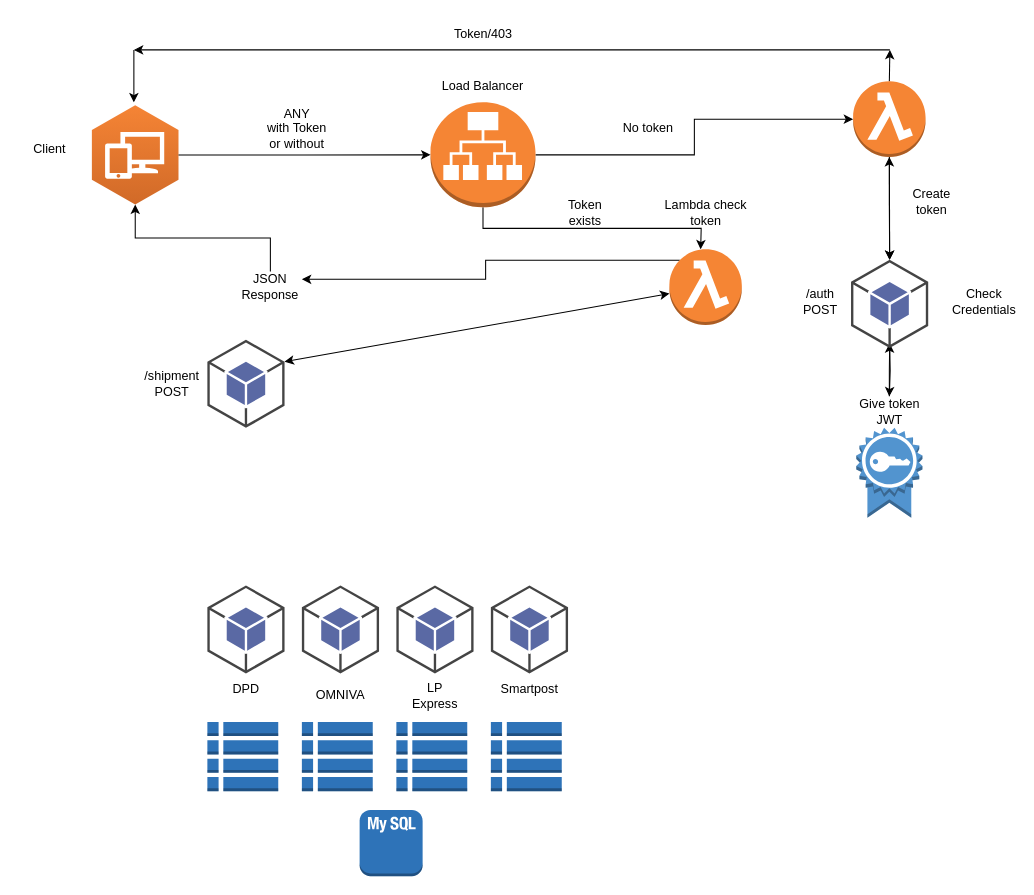
This is Диаграмма без названия.drawio from aNereds/tictactoe, a draw.io file, before an edit. Source tidied: cells renumbered, new cells numbered last; positions are measured from the earlier drawing's top-left corner, leaving out a move shared by most shapes. Both pictures are drawn from the tidied source at 105%, with x=0, y=0 at pixel (18, 18).
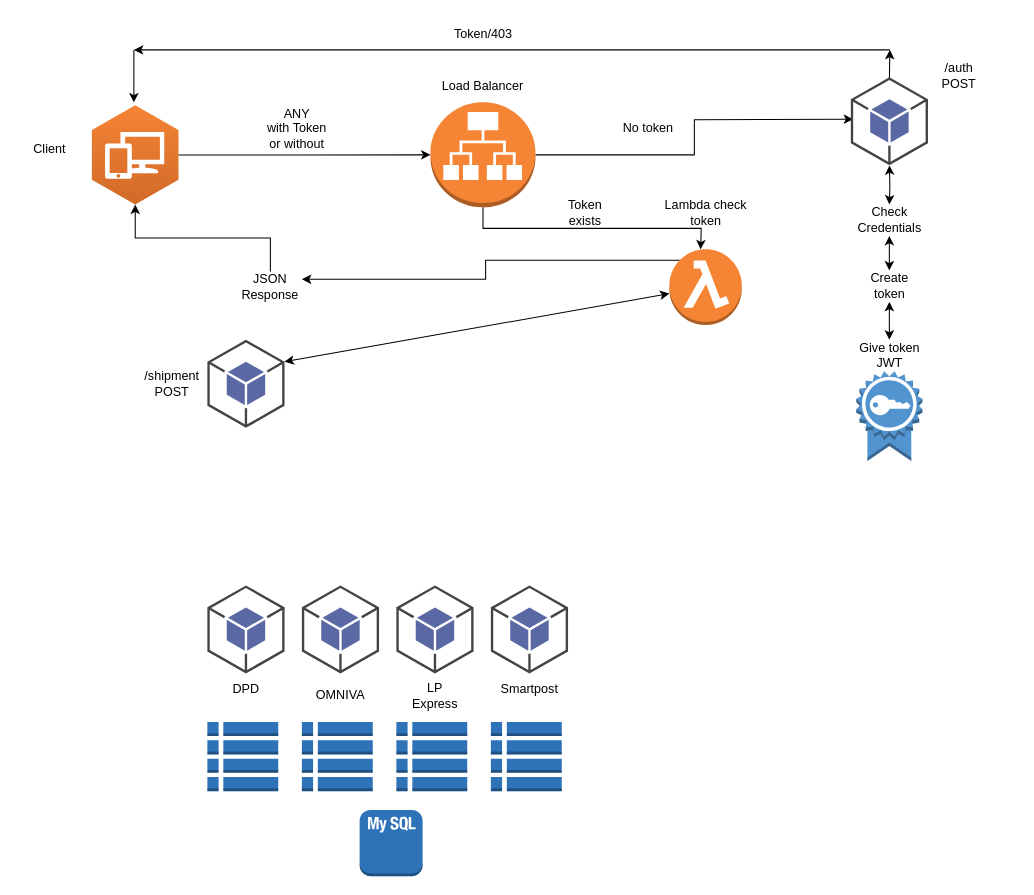
After the change.

The change refers to these unchanged cells:
```xml
<mxCell id="4" style="outlineConnect=0;dashed=0;verticalLabelPosition=bottom;verticalAlign=top;align=center;html=1;shape=mxgraph.aws3.application_load_balancer;fillColor=#F58534;gradientColor=none;" parent="1" vertex="1">
  <mxGeometry x="392.5" y="80" width="100" height="100" as="geometry" />
</mxCell>
```

Diff of the diagram source:
```diff
@@
-    <mxCell id="3" style="edgeStyle=orthogonalEdgeStyle;rounded=0;jettySize=auto;html=1;exitX=1;exitY=0.5;exitDx=0;exitDy=0;exitPerimeter=0;" parent="1" edge="1" source="4" target="14">
-      <mxGeometry relative="1" as="geometry" />
+    <mxCell id="3" style="edgeStyle=orthogonalEdgeStyle;rounded=0;jettySize=auto;html=1;exitX=1;exitY=0.5;exitDx=0;exitDy=0;exitPerimeter=0;" parent="1" edge="1" source="4">
+      <mxGeometry relative="1" as="geometry">
+        <mxPoint x="795" y="96" as="targetPoint" />
+      </mxGeometry>
     </mxCell>
@@
     <mxCell id="7" style="dashed=0;verticalLabelPosition=bottom;verticalAlign=top;align=center;html=1;shape=mxgraph.aws3.certificate;fillColor=#5294CF;gradientColor=none;" parent="1" vertex="1">
-      <mxGeometry x="798" y="390" width="63" height="85.5" as="geometry" />
+      <mxGeometry x="798" y="336" width="63" height="85.5" as="geometry" />
     </mxCell>
@@
-    <mxCell id="12" style="edgeStyle=orthogonalEdgeStyle;rounded=0;jettySize=auto;html=1;exitX=0.5;exitY=1;exitDx=0;exitDy=0;exitPerimeter=0;" parent="1" edge="1" source="14">
-      <mxGeometry relative="1" as="geometry">
-        <mxPoint x="829.8" y="230" as="targetPoint" />
-      </mxGeometry>
-    </mxCell>
-    <mxCell id="13" style="edgeStyle=orthogonalEdgeStyle;rounded=0;jettySize=auto;html=1;exitX=0.5;exitY=0;exitDx=0;exitDy=0;exitPerimeter=0;" parent="1" edge="1" source="14">
+    <mxCell id="13" style="edgeStyle=orthogonalEdgeStyle;rounded=0;orthogonalLoop=1;jettySize=auto;html=1;exitX=0.5;exitY=0;exitDx=0;exitDy=0;exitPerimeter=0;" parent="1" edge="1">
       <mxGeometry relative="1" as="geometry">
+        <mxPoint x="829.5" y="60" as="sourcePoint" />
         <mxPoint x="830" y="30" as="targetPoint" />
       </mxGeometry>
     </mxCell>
-    <mxCell id="14" style="outlineConnect=0;dashed=0;verticalLabelPosition=bottom;verticalAlign=top;align=center;html=1;shape=mxgraph.aws3.lambda_function;fillColor=#F58534;gradientColor=none;" parent="1" vertex="1">
-      <mxGeometry x="795" y="60" width="69" height="72" as="geometry" />
-    </mxCell>
@@
     <mxCell id="17" value="Create token" style="text;html=1;strokeColor=none;fillColor=none;align=center;verticalAlign=middle;whiteSpace=wrap;rounded=0;" parent="1" vertex="1">
-      <mxGeometry x="840" y="160" width="60" height="30" as="geometry" />
+      <mxGeometry x="799.5" y="240" width="60" height="30" as="geometry" />
     </mxCell>
-    <mxCell id="18" style="edgeStyle=orthogonalEdgeStyle;rounded=0;jettySize=auto;html=1;" parent="1" edge="1" source="19">
-      <mxGeometry relative="1" as="geometry">
-        <mxPoint x="829.8" y="309.5" as="targetPoint" />
-      </mxGeometry>
-    </mxCell>
     <mxCell id="19" value="Give token JWT" style="text;html=1;strokeColor=none;fillColor=none;align=center;verticalAlign=middle;whiteSpace=wrap;rounded=0;" parent="1" vertex="1">
-      <mxGeometry x="799.5" y="360" width="60" height="30" as="geometry" />
+      <mxGeometry x="799.5" y="306" width="60" height="30" as="geometry" />
     </mxCell>
@@
-    <mxCell id="22" style="edgeStyle=orthogonalEdgeStyle;rounded=0;jettySize=auto;html=1;exitX=0.5;exitY=1;exitDx=0;exitDy=0;exitPerimeter=0;" parent="1" edge="1" target="19">
-      <mxGeometry relative="1" as="geometry">
-        <mxPoint x="829.8" y="309.5" as="sourcePoint" />
-      </mxGeometry>
-    </mxCell>
@@
-    <mxCell id="24" style="endArrow=classic;startArrow=classic;html=1;rounded=0;entryX=0.5;entryY=1;entryDx=0;entryDy=0;entryPerimeter=0;exitX=0.5;exitY=0;exitDx=0;exitDy=0;exitPerimeter=0;" parent="1" edge="1" target="14">
-      <mxGeometry relative="1" as="geometry">
-        <mxPoint x="829.8" y="230" as="sourcePoint" />
-      </mxGeometry>
-    </mxCell>
@@
     <mxCell id="27" value="Check Credentials" style="text;html=1;strokeColor=none;fillColor=none;align=center;verticalAlign=middle;whiteSpace=wrap;rounded=0;" parent="1" vertex="1">
-      <mxGeometry x="890" y="254.8" width="60" height="30" as="geometry" />
+      <mxGeometry x="799.5" y="177.2" width="60" height="30" as="geometry" />
     </mxCell>
     <mxCell id="28" style="outlineConnect=0;dashed=0;verticalLabelPosition=bottom;verticalAlign=top;align=center;html=1;shape=mxgraph.aws3.android;fillColor=#5A69A4;gradientColor=none;" parent="1" vertex="1">
-      <mxGeometry x="793" y="230" width="73.5" height="84" as="geometry" />
+      <mxGeometry x="792.8" y="56" width="73.5" height="84" as="geometry" />
     </mxCell>
@@
     <mxCell id="37" value="/auth&lt;br&gt;POST" style="text;html=1;strokeColor=none;fillColor=none;align=center;verticalAlign=middle;whiteSpace=wrap;rounded=0;" parent="1" vertex="1">
-      <mxGeometry x="734" y="255" width="60" height="30" as="geometry" />
+      <mxGeometry x="866.2" y="40" width="60" height="30" as="geometry" />
     </mxCell>
@@
+    <mxCell id="49" style="endArrow=classic;startArrow=classic;html=1;rounded=0;entryX=0.5;entryY=1;entryDx=0;entryDy=0;entryPerimeter=0;exitX=0.5;exitY=0;exitDx=0;exitDy=0;" parent="1" edge="1" source="27" target="28">
+      <mxGeometry relative="1" as="geometry">
+        <Array as="points">
+          <mxPoint x="830" y="160" />
+        </Array>
+      </mxGeometry>
+    </mxCell>
+    <mxCell id="50" style="endArrow=classic;startArrow=classic;html=1;rounded=0;entryX=0.5;entryY=1;entryDx=0;entryDy=0;exitX=0.5;exitY=0;exitDx=0;exitDy=0;" parent="1" edge="1" source="19" target="17">
+      <mxGeometry relative="1" as="geometry" />
+    </mxCell>
+    <mxCell id="51" style="endArrow=classic;startArrow=classic;html=1;rounded=0;entryX=0.5;entryY=1;entryDx=0;entryDy=0;exitX=0.5;exitY=0;exitDx=0;exitDy=0;" parent="1" edge="1" source="17" target="27">
+      <mxGeometry relative="1" as="geometry" />
+    </mxCell>
```
